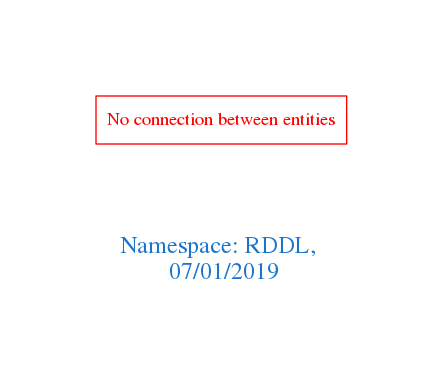
Above: downloads/RDDL.png in arago/OGIT (Graphviz), before the change. Its source is kept beside it as downloads/RDDL.dot. Its diagram source:
```dot
digraph OGIT_ontology {
 graph [ rankdir= LR,pad=1
fontsize = 18,
fontcolor= dodgerblue3,label = "\n\n\nNamespace: RDDL, \n 07/01/2019"];
node[shape=polygon];
edge [  color="gray81"];

"No connection between entities" [fontcolor = "red",color="red", shape="polygon"]
}
```
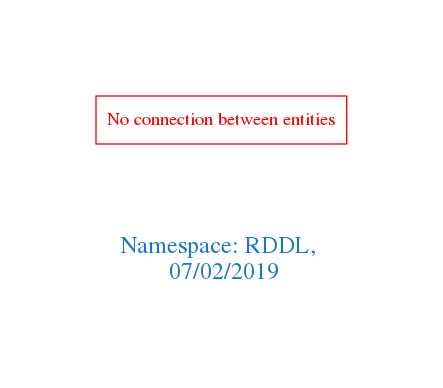
Later version of the same file.

Change to the diagram source:
```diff
@@ -1,7 +1,7 @@
 digraph OGIT_ontology {
  graph [ rankdir= LR,pad=1
 fontsize = 18,
-fontcolor= dodgerblue3,label = "\n\n\nNamespace: RDDL, \n 07/01/2019"];
+fontcolor= dodgerblue3,label = "\n\n\nNamespace: RDDL, \n 07/02/2019"];
 node[shape=polygon];
 edge [  color="gray81"];
 
```
